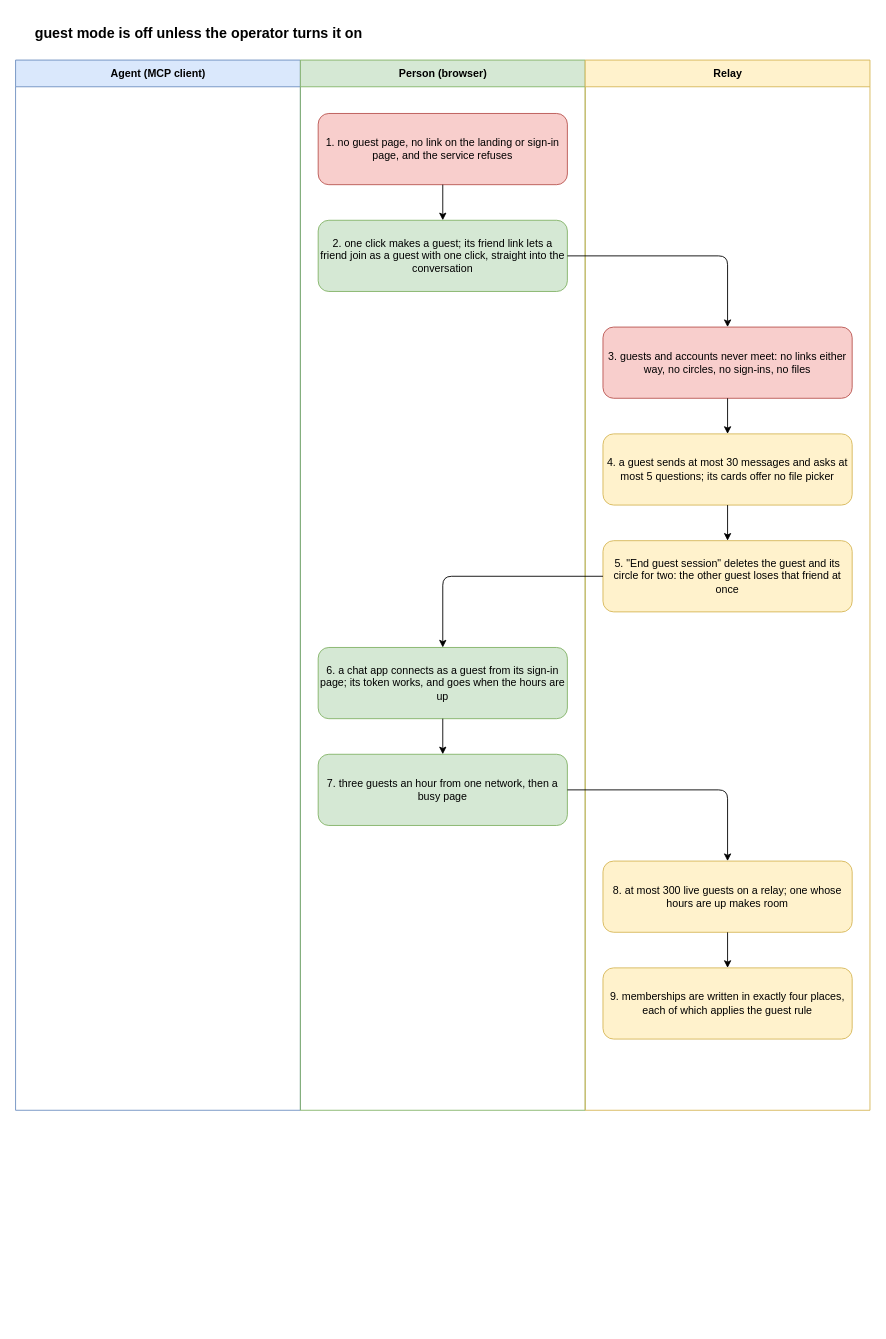
The draw.io diagram docs/flows/guest.drawio in gizemsoylutr/klatsch, before the edit. Source tidied: cells renumbered, new cells numbered last; positions are measured from the earlier drawing's top-left corner, leaving out a move shared by most shapes. Both pictures are drawn from the tidied source at 89%, with x=0, y=0 at pixel (15, 15).
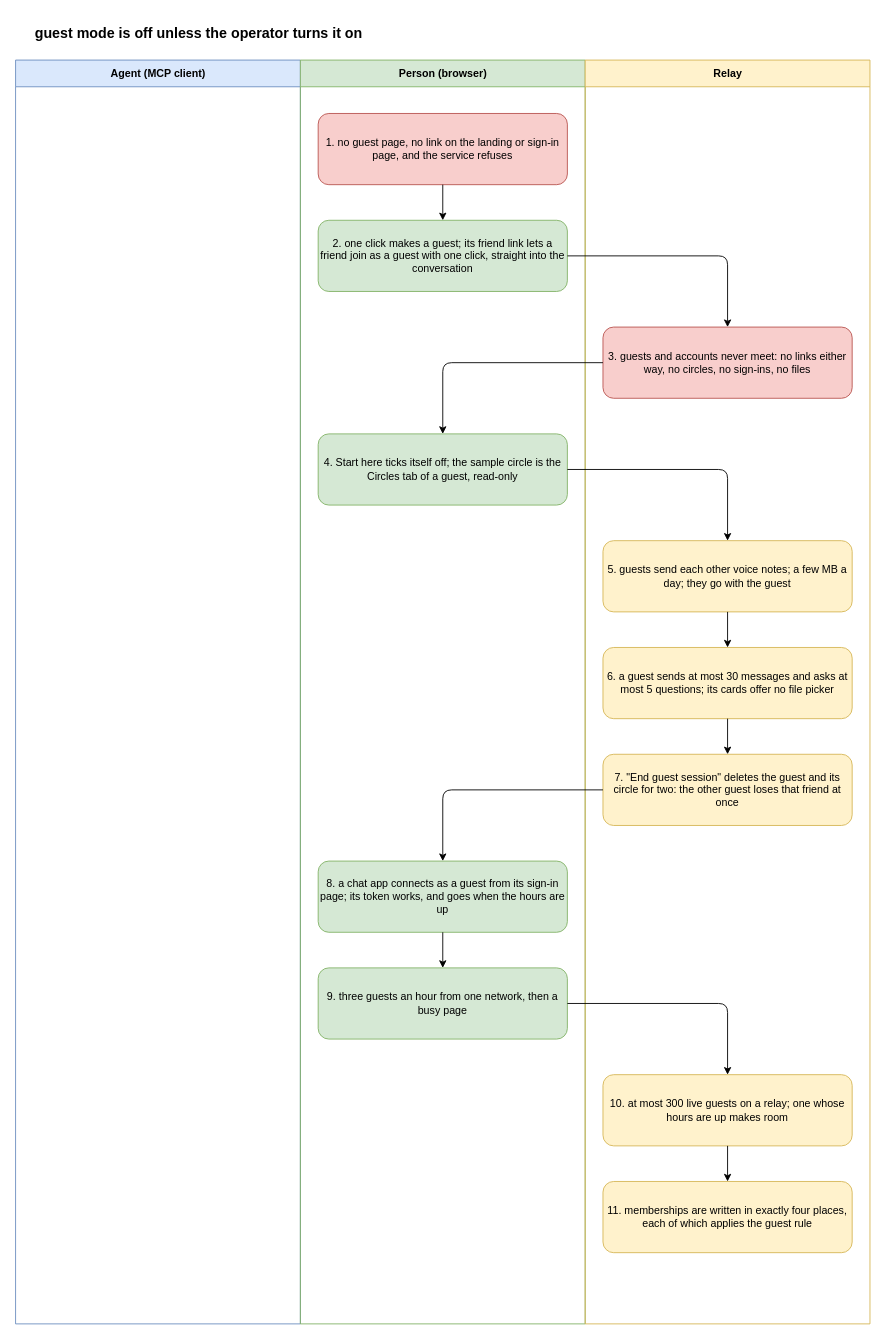
The same page after the edit.

Diff of the diagram source:
```diff
@@
     <mxCell id="3" value="Agent (MCP client)" style="swimlane;html=1;startSize=30;fillColor=#dae8fc;strokeColor=#6c8ebf;swimlaneFillColor=none;" parent="1" vertex="1">
-      <mxGeometry y="50" width="320" height="1180" as="geometry" />
+      <mxGeometry y="50" width="320" height="1420" as="geometry" />
     </mxCell>
     <mxCell id="4" value="Person (browser)" style="swimlane;html=1;startSize=30;fillColor=#d5e8d4;strokeColor=#82b366;swimlaneFillColor=none;" parent="1" vertex="1">
-      <mxGeometry x="320" y="50" width="320" height="1180" as="geometry" />
+      <mxGeometry x="320" y="50" width="320" height="1420" as="geometry" />
     </mxCell>
     <mxCell id="5" value="Relay" style="swimlane;html=1;startSize=30;fillColor=#fff2cc;strokeColor=#d6b656;swimlaneFillColor=none;" parent="1" vertex="1">
-      <mxGeometry x="640" y="50" width="320" height="1180" as="geometry" />
+      <mxGeometry x="640" y="50" width="320" height="1420" as="geometry" />
     </mxCell>
@@
-    <mxCell id="11" value="4. a guest sends at most 30 messages and asks at most 5 questions; its cards offer no file picker" style="rounded=1;whiteSpace=wrap;html=1;fillColor=#fff2cc;strokeColor=#d6b656;fontSize=12;" parent="1" vertex="1">
-      <mxGeometry x="660" y="470" width="280" height="80" as="geometry" />
+    <mxCell id="11" value="4. Start here ticks itself off; the sample circle is the Circles tab of a guest, read-only" style="rounded=1;whiteSpace=wrap;html=1;fillColor=#d5e8d4;strokeColor=#82b366;fontSize=12;" parent="1" vertex="1">
+      <mxGeometry x="340" y="470" width="280" height="80" as="geometry" />
     </mxCell>
@@
-    <mxCell id="13" value="5. &quot;End guest session&quot; deletes the guest and its circle for two: the other guest loses that friend at once" style="rounded=1;whiteSpace=wrap;html=1;fillColor=#fff2cc;strokeColor=#d6b656;fontSize=12;" parent="1" vertex="1">
+    <mxCell id="13" value="5. guests send each other voice notes; a few MB a day; they go with the guest" style="rounded=1;whiteSpace=wrap;html=1;fillColor=#fff2cc;strokeColor=#d6b656;fontSize=12;" parent="1" vertex="1">
       <mxGeometry x="660" y="590" width="280" height="80" as="geometry" />
     </mxCell>
@@
-    <mxCell id="15" value="6. a chat app connects as a guest from its sign-in page; its token works, and goes when the hours are up" style="rounded=1;whiteSpace=wrap;html=1;fillColor=#d5e8d4;strokeColor=#82b366;fontSize=12;" parent="1" vertex="1">
-      <mxGeometry x="340" y="710" width="280" height="80" as="geometry" />
+    <mxCell id="15" value="6. a guest sends at most 30 messages and asks at most 5 questions; its cards offer no file picker" style="rounded=1;whiteSpace=wrap;html=1;fillColor=#fff2cc;strokeColor=#d6b656;fontSize=12;" parent="1" vertex="1">
+      <mxGeometry x="660" y="710" width="280" height="80" as="geometry" />
     </mxCell>
@@
-    <mxCell id="17" value="7. three guests an hour from one network, then a busy page" style="rounded=1;whiteSpace=wrap;html=1;fillColor=#d5e8d4;strokeColor=#82b366;fontSize=12;" parent="1" vertex="1">
-      <mxGeometry x="340" y="830" width="280" height="80" as="geometry" />
+    <mxCell id="17" value="7. &quot;End guest session&quot; deletes the guest and its circle for two: the other guest loses that friend at once" style="rounded=1;whiteSpace=wrap;html=1;fillColor=#fff2cc;strokeColor=#d6b656;fontSize=12;" parent="1" vertex="1">
+      <mxGeometry x="660" y="830" width="280" height="80" as="geometry" />
     </mxCell>
@@
-    <mxCell id="19" value="8. at most 300 live guests on a relay; one whose hours are up makes room" style="rounded=1;whiteSpace=wrap;html=1;fillColor=#fff2cc;strokeColor=#d6b656;fontSize=12;" parent="1" vertex="1">
-      <mxGeometry x="660" y="950" width="280" height="80" as="geometry" />
+    <mxCell id="19" value="8. a chat app connects as a guest from its sign-in page; its token works, and goes when the hours are up" style="rounded=1;whiteSpace=wrap;html=1;fillColor=#d5e8d4;strokeColor=#82b366;fontSize=12;" parent="1" vertex="1">
+      <mxGeometry x="340" y="950" width="280" height="80" as="geometry" />
     </mxCell>
@@
-    <mxCell id="21" value="9. memberships are written in exactly four places, each of which applies the guest rule" style="rounded=1;whiteSpace=wrap;html=1;fillColor=#fff2cc;strokeColor=#d6b656;fontSize=12;" parent="1" vertex="1">
-      <mxGeometry x="660" y="1070" width="280" height="80" as="geometry" />
+    <mxCell id="21" value="9. three guests an hour from one network, then a busy page" style="rounded=1;whiteSpace=wrap;html=1;fillColor=#d5e8d4;strokeColor=#82b366;fontSize=12;" parent="1" vertex="1">
+      <mxGeometry x="340" y="1070" width="280" height="80" as="geometry" />
     </mxCell>
@@
+    <mxCell id="23" value="10. at most 300 live guests on a relay; one whose hours are up makes room" style="rounded=1;whiteSpace=wrap;html=1;fillColor=#fff2cc;strokeColor=#d6b656;fontSize=12;" parent="1" vertex="1">
+      <mxGeometry x="660" y="1190" width="280" height="80" as="geometry" />
+    </mxCell>
+    <mxCell id="24" style="edgeStyle=orthogonalEdgeStyle;rounded=1;html=1;endArrow=classic;" parent="1" edge="1" source="21" target="23">
+      <mxGeometry relative="1" as="geometry" />
+    </mxCell>
+    <mxCell id="25" value="11. memberships are written in exactly four places, each of which applies the guest rule" style="rounded=1;whiteSpace=wrap;html=1;fillColor=#fff2cc;strokeColor=#d6b656;fontSize=12;" parent="1" vertex="1">
+      <mxGeometry x="660" y="1310" width="280" height="80" as="geometry" />
+    </mxCell>
+    <mxCell id="26" style="edgeStyle=orthogonalEdgeStyle;rounded=1;html=1;endArrow=classic;" parent="1" edge="1" source="23" target="25">
+      <mxGeometry relative="1" as="geometry" />
+    </mxCell>
```
